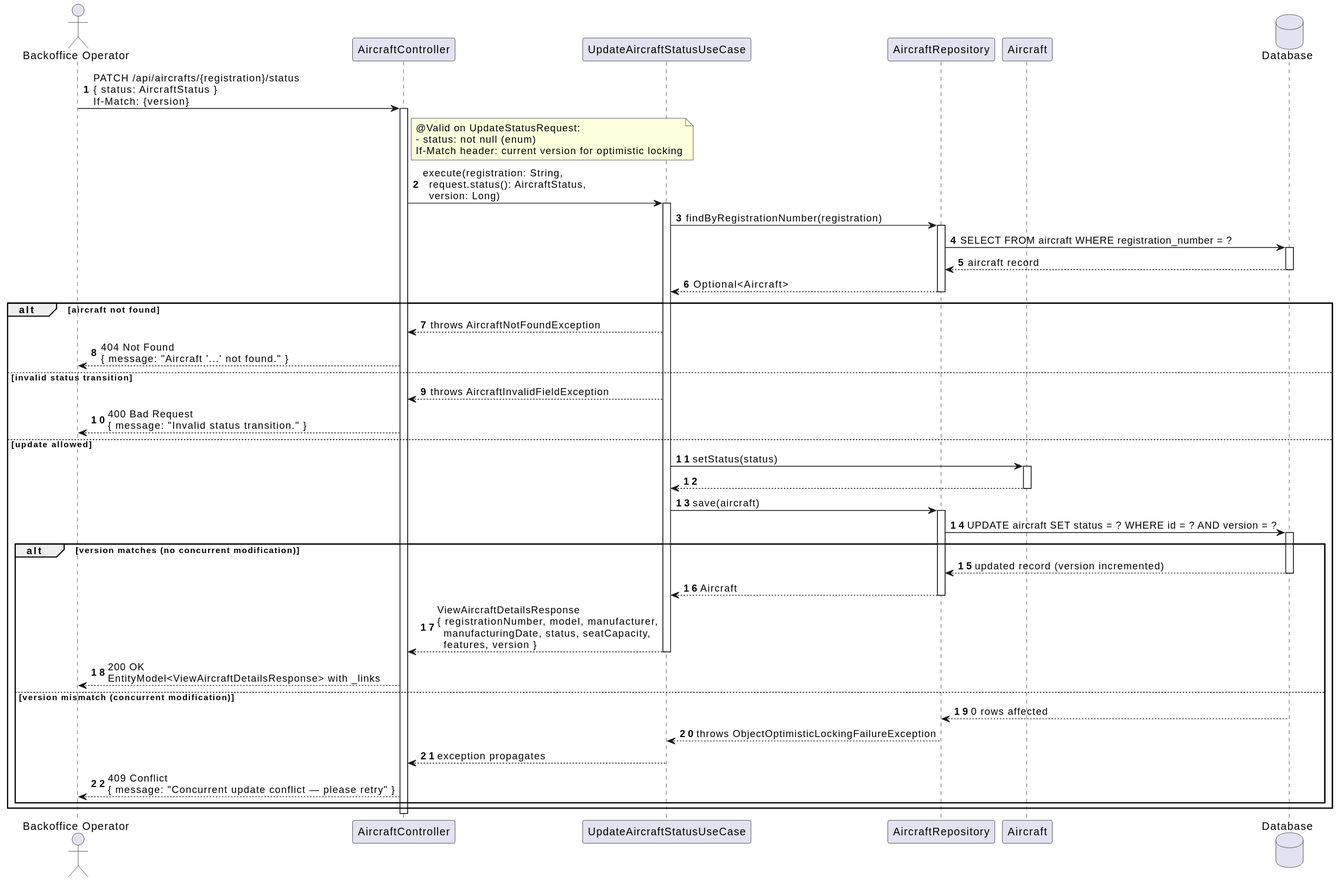
VascoMagolo/psoft_1231562_1241692_1242036_2db keeps this PlantUML diagram as docs/system-documentation/use-cases/WP1A/US105/svg/sd_us105.svg. Above is the earlier version.
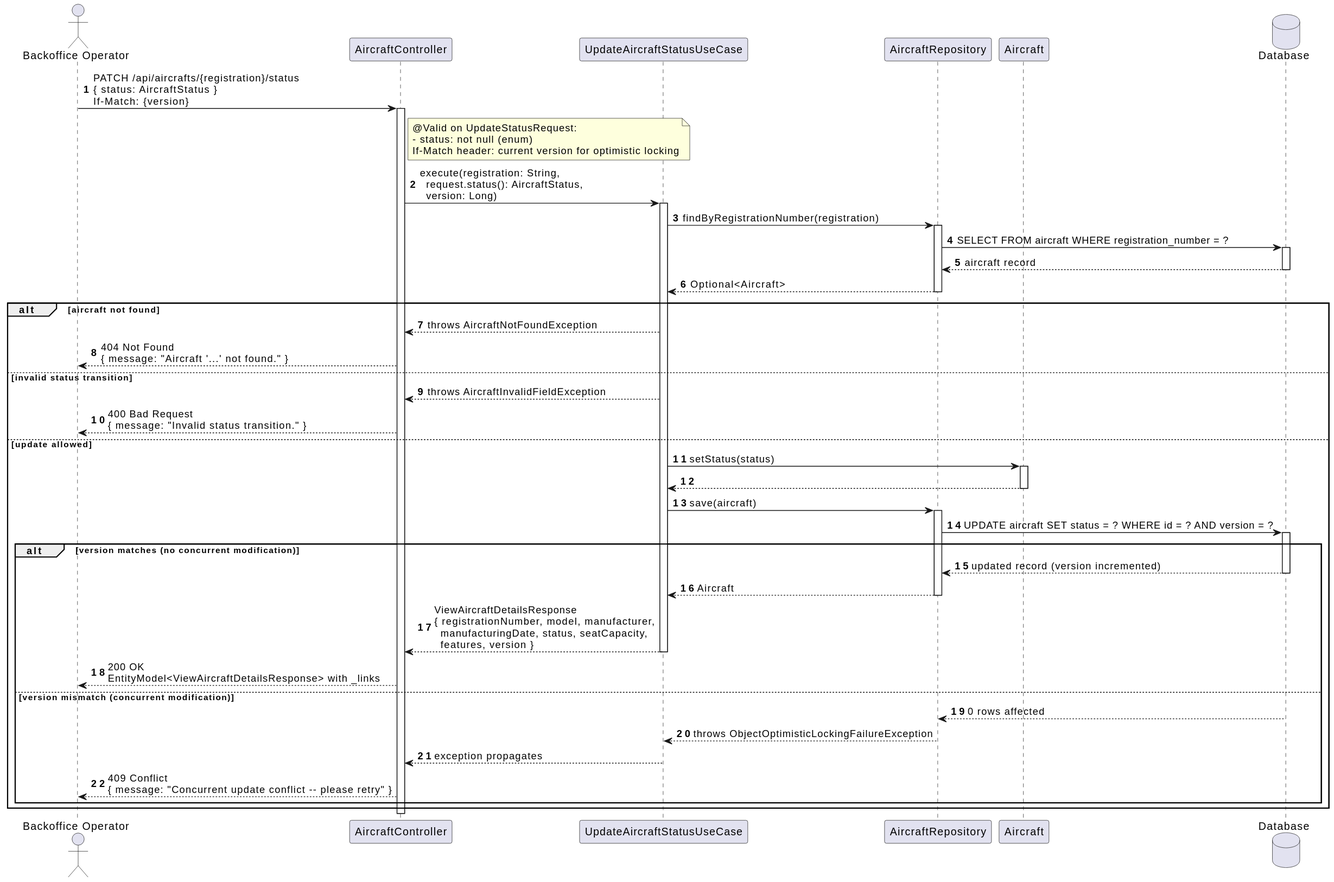
After the change.

Diff of the diagram source:
```diff
@@ -57,7 +57,7 @@
     DB --> Repo : 0 rows affected
     Repo --> UC : throws ObjectOptimisticLockingFailureException
     UC --> Ctrl : exception propagates
-    Ctrl --> BO : 409 Conflict\n{ message: "Concurrent update conflict — please retry" }
+    Ctrl --> BO : 409 Conflict\n{ message: "Concurrent update conflict -- please retry" }
   end
 end
 
```
